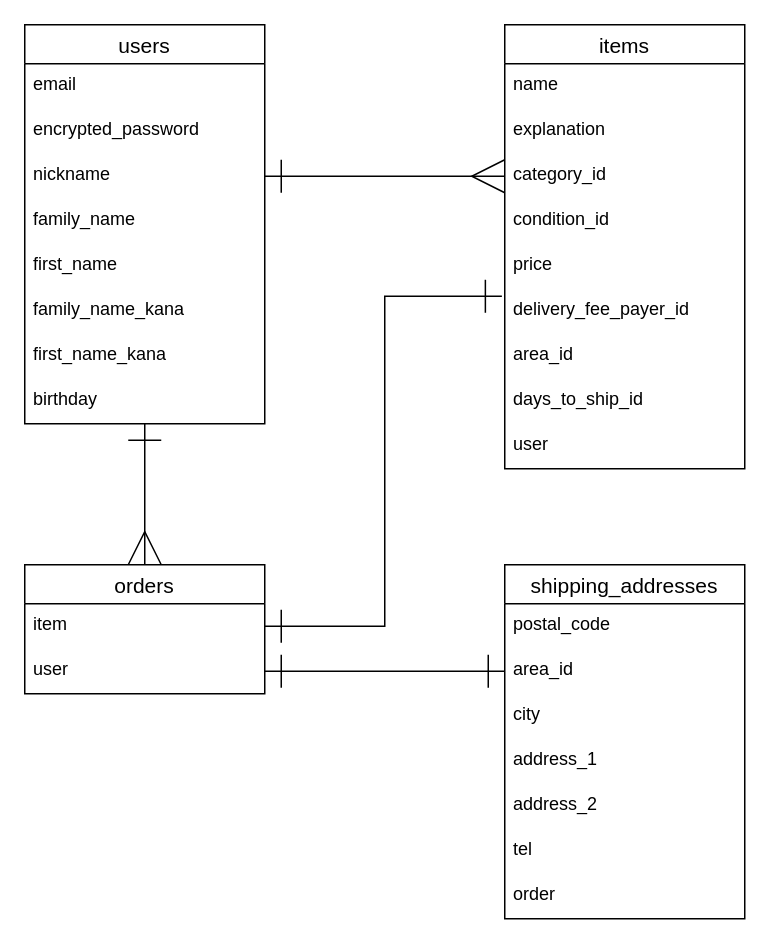
Before: ER.dio in hedgehog248/furima-38018, a draw.io diagram. Source tidied: cells renumbered, new cells numbered last; positions are measured from the earlier drawing's top-left corner, leaving out a move shared by most shapes. Both pictures are drawn from the tidied source at 150%, with x=0, y=0 at pixel (24, 24).
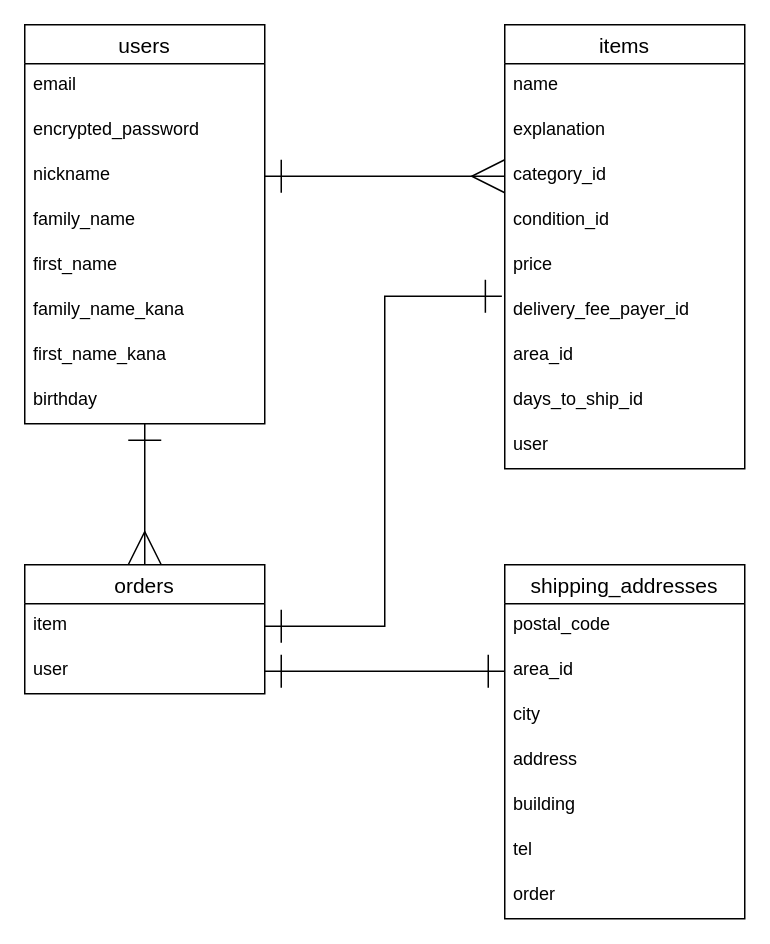
After the change.

Commit message (it also covers changes not shown here):
送付先テーブルのカラム名の変更

Unchanged cells that the change refers to:
```xml
<mxCell id="26" value="shipping_addresses" style="swimlane;fontStyle=0;horizontal=1;startSize=26;align=center;fontSize=14;" parent="1" vertex="1">
  <mxGeometry x="320" y="360" width="160" height="236" as="geometry" />
</mxCell>
```

The edit, as a diff of the source:
```diff
@@
-    <mxCell id="30" value="address_1" style="text;strokeColor=none;fillColor=none;spacingLeft=4;spacingRight=4;overflow=hidden;fontSize=12;" parent="26" vertex="1">
+    <mxCell id="30" value="address" style="text;strokeColor=none;fillColor=none;spacingLeft=4;spacingRight=4;overflow=hidden;fontSize=12;" parent="26" vertex="1">
       <mxGeometry y="116" width="160" height="30" as="geometry" />
     </mxCell>
-    <mxCell id="31" value="address_2" style="text;strokeColor=none;fillColor=none;spacingLeft=4;spacingRight=4;overflow=hidden;fontSize=12;" parent="26" vertex="1">
+    <mxCell id="31" value="building" style="text;strokeColor=none;fillColor=none;spacingLeft=4;spacingRight=4;overflow=hidden;fontSize=12;" parent="26" vertex="1">
       <mxGeometry y="146" width="160" height="30" as="geometry" />
     </mxCell>
```
